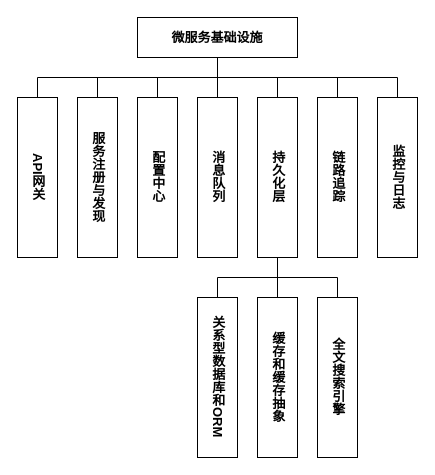
Earlier version of the draw.io diagram page "基础设施" (2 of 8) of 系统总体结构图.drawio (2302680972/lighteny_diagrams). Source tidied: cells renumbered, new cells numbered last; positions are measured from the earlier drawing's top-left corner, leaving out a move shared by most shapes. Both pictures are drawn from the tidied source at 100%, with x=0, y=0 at pixel (17, 17).
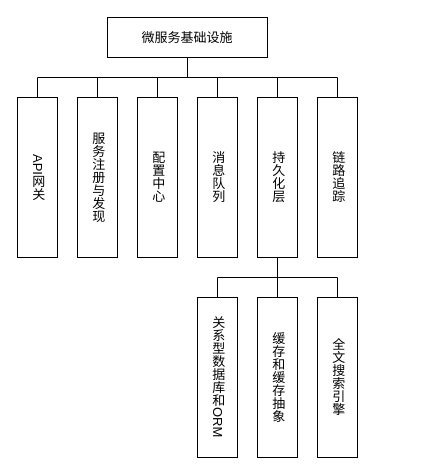
After the change.

Diff of the diagram source:
```diff
@@
-    <mxCell id="2" style="edgeStyle=orthogonalEdgeStyle;rounded=0;jettySize=auto;html=1;fontSize=13;fontFamily=宋体;endArrow=none;endFill=0;fontStyle=1;" parent="1" edge="1" source="9" target="10">
+    <mxCell id="2" style="edgeStyle=orthogonalEdgeStyle;rounded=0;jettySize=auto;html=1;fontSize=13;fontFamily=宋体;endArrow=none;endFill=0;fontStyle=0;" parent="1" edge="1" source="9" target="10">
       <mxGeometry relative="1" as="geometry">
         <Array as="points">
-          <mxPoint x="200" y="60" />
+          <mxPoint x="170" y="60" />
           <mxPoint x="20" y="60" />
         </Array>
       </mxGeometry>
     </mxCell>
-    <mxCell id="3" style="edgeStyle=orthogonalEdgeStyle;rounded=0;jettySize=auto;html=1;fontSize=13;fontFamily=宋体;endArrow=none;endFill=0;fontStyle=1;" parent="1" edge="1" source="9" target="11">
+    <mxCell id="3" style="edgeStyle=orthogonalEdgeStyle;rounded=0;jettySize=auto;html=1;fontSize=13;fontFamily=宋体;endArrow=none;endFill=0;fontStyle=0;" parent="1" edge="1" source="9" target="11">
       <mxGeometry relative="1" as="geometry">
         <Array as="points">
-          <mxPoint x="200" y="60" />
+          <mxPoint x="170" y="60" />
           <mxPoint x="80" y="60" />
         </Array>
       </mxGeometry>
     </mxCell>
-    <mxCell id="4" style="edgeStyle=orthogonalEdgeStyle;rounded=0;jettySize=auto;html=1;fontSize=13;fontFamily=宋体;endArrow=none;endFill=0;fontStyle=1;" parent="1" edge="1" source="9" target="18">
+    <mxCell id="4" style="edgeStyle=orthogonalEdgeStyle;rounded=0;jettySize=auto;html=1;fontSize=13;fontFamily=宋体;endArrow=none;endFill=0;fontStyle=0;" parent="1" edge="1" source="9" target="18">
       <mxGeometry relative="1" as="geometry" />
     </mxCell>
-    <mxCell id="5" style="edgeStyle=orthogonalEdgeStyle;rounded=0;jettySize=auto;html=1;fontSize=13;fontFamily=宋体;endArrow=none;endFill=0;fontStyle=1;" parent="1" edge="1" source="9" target="12">
+    <mxCell id="5" style="edgeStyle=orthogonalEdgeStyle;rounded=0;jettySize=auto;html=1;fontSize=13;fontFamily=宋体;endArrow=none;endFill=0;fontStyle=0;" parent="1" edge="1" source="9" target="12">
       <mxGeometry relative="1" as="geometry" />
     </mxCell>
-    <mxCell id="6" style="edgeStyle=orthogonalEdgeStyle;rounded=0;jettySize=auto;html=1;fontSize=13;fontFamily=宋体;endArrow=none;endFill=0;fontStyle=1;" parent="1" edge="1" source="9" target="16">
+    <mxCell id="6" style="edgeStyle=orthogonalEdgeStyle;rounded=0;jettySize=auto;html=1;fontSize=13;fontFamily=宋体;endArrow=none;endFill=0;fontStyle=0;" parent="1" edge="1" source="9" target="16">
       <mxGeometry relative="1" as="geometry" />
     </mxCell>
-    <mxCell id="7" style="edgeStyle=orthogonalEdgeStyle;rounded=0;jettySize=auto;html=1;fontSize=13;fontFamily=宋体;endArrow=none;endFill=0;fontStyle=1;" parent="1" edge="1" source="9" target="19">
+    <mxCell id="7" style="edgeStyle=orthogonalEdgeStyle;rounded=0;jettySize=auto;html=1;fontSize=13;fontFamily=宋体;endArrow=none;endFill=0;fontStyle=0;" parent="1" edge="1" source="9" target="19">
       <mxGeometry relative="1" as="geometry">
         <Array as="points">
-          <mxPoint x="200" y="60" />
+          <mxPoint x="170" y="60" />
           <mxPoint x="320" y="60" />
         </Array>
       </mxGeometry>
     </mxCell>
-    <mxCell id="8" style="edgeStyle=orthogonalEdgeStyle;rounded=0;jettySize=auto;html=1;fontSize=13;fontFamily=宋体;endArrow=none;endFill=0;fontStyle=1;" parent="1" edge="1" source="9" target="17">
-      <mxGeometry relative="1" as="geometry">
-        <Array as="points">
-          <mxPoint x="200" y="60" />
-          <mxPoint x="380" y="60" />
-        </Array>
-      </mxGeometry>
-    </mxCell>
-    <mxCell id="9" value="微服务基础设施" style="rounded=0;whiteSpace=wrap;html=1;strokeWidth=1;fontSize=13;fontFamily=宋体;fontStyle=1;" parent="1" vertex="1">
-      <mxGeometry x="120" width="160" height="40" as="geometry" />
+    <mxCell id="9" value="微服务基础设施" style="rounded=0;whiteSpace=wrap;html=1;strokeWidth=1;fontSize=13;fontFamily=宋体;fontStyle=0;" parent="1" vertex="1">
+      <mxGeometry x="90" width="160" height="40" as="geometry" />
     </mxCell>
-    <mxCell id="10" value="API网关" style="rounded=0;whiteSpace=wrap;html=1;textDirection=vertical-lr;strokeWidth=1;fontSize=13;fontFamily=宋体;fontStyle=1;" parent="1" vertex="1">
+    <mxCell id="10" value="API网关" style="rounded=0;whiteSpace=wrap;html=1;textDirection=vertical-lr;strokeWidth=1;fontSize=13;fontFamily=宋体;fontStyle=0;" parent="1" vertex="1">
       <mxGeometry y="80" width="40" height="160" as="geometry" />
     </mxCell>
-    <mxCell id="11" value="服务注册与发现" style="rounded=0;whiteSpace=wrap;html=1;textDirection=vertical-lr;strokeWidth=1;fontSize=13;fontFamily=宋体;fontStyle=1;" parent="1" vertex="1">
+    <mxCell id="11" value="服务注册与发现" style="rounded=0;whiteSpace=wrap;html=1;textDirection=vertical-lr;strokeWidth=1;fontSize=13;fontFamily=宋体;fontStyle=0;" parent="1" vertex="1">
       <mxGeometry x="60" y="80" width="40" height="160" as="geometry" />
     </mxCell>
-    <mxCell id="12" value="消息队列" style="rounded=0;whiteSpace=wrap;html=1;textDirection=vertical-lr;strokeWidth=1;fontSize=13;fontFamily=宋体;fontStyle=1;" parent="1" vertex="1">
+    <mxCell id="12" value="消息队列" style="rounded=0;whiteSpace=wrap;html=1;textDirection=vertical-lr;strokeWidth=1;fontSize=13;fontFamily=宋体;fontStyle=0;" parent="1" vertex="1">
       <mxGeometry x="180" y="80" width="40" height="160" as="geometry" />
     </mxCell>
-    <mxCell id="13" style="edgeStyle=orthogonalEdgeStyle;rounded=0;jettySize=auto;html=1;endArrow=none;endFill=0;" parent="1" edge="1" source="16" target="20">
+    <mxCell id="13" style="edgeStyle=orthogonalEdgeStyle;rounded=0;jettySize=auto;html=1;endArrow=none;endFill=0;fontStyle=0;" parent="1" edge="1" source="16" target="20">
       <mxGeometry relative="1" as="geometry">
         <Array as="points">
           <mxPoint x="260" y="260" />
           <mxPoint x="200" y="260" />
         </Array>
       </mxGeometry>
     </mxCell>
-    <mxCell id="14" style="edgeStyle=orthogonalEdgeStyle;rounded=0;jettySize=auto;html=1;endArrow=none;endFill=0;" parent="1" edge="1" source="16" target="21">
+    <mxCell id="14" style="edgeStyle=orthogonalEdgeStyle;rounded=0;jettySize=auto;html=1;endArrow=none;endFill=0;fontStyle=0;" parent="1" edge="1" source="16" target="21">
       <mxGeometry relative="1" as="geometry" />
     </mxCell>
-    <mxCell id="15" style="edgeStyle=orthogonalEdgeStyle;rounded=0;jettySize=auto;html=1;endArrow=none;endFill=0;" parent="1" edge="1" source="16" target="22">
+    <mxCell id="15" style="edgeStyle=orthogonalEdgeStyle;rounded=0;jettySize=auto;html=1;endArrow=none;endFill=0;fontStyle=0;" parent="1" edge="1" source="16" target="22">
       <mxGeometry relative="1" as="geometry">
         <Array as="points">
           <mxPoint x="260" y="260" />
           <mxPoint x="320" y="260" />
         </Array>
       </mxGeometry>
     </mxCell>
-    <mxCell id="16" value="持久化层" style="rounded=0;whiteSpace=wrap;html=1;textDirection=vertical-lr;strokeWidth=1;fontSize=13;fontFamily=宋体;fontStyle=1;" parent="1" vertex="1">
+    <mxCell id="16" value="持久化层" style="rounded=0;whiteSpace=wrap;html=1;textDirection=vertical-lr;strokeWidth=1;fontSize=13;fontFamily=宋体;fontStyle=0;" parent="1" vertex="1">
       <mxGeometry x="240" y="80" width="40" height="160" as="geometry" />
     </mxCell>
-    <mxCell id="17" value="监控与日志" style="rounded=0;whiteSpace=wrap;html=1;textDirection=vertical-lr;strokeWidth=1;fontSize=13;fontFamily=宋体;fontStyle=1;" parent="1" vertex="1">
-      <mxGeometry x="360" y="80" width="40" height="160" as="geometry" />
-    </mxCell>
-    <mxCell id="18" value="配置中心" style="rounded=0;whiteSpace=wrap;html=1;textDirection=vertical-lr;strokeWidth=1;fontSize=13;fontFamily=宋体;fontStyle=1;" parent="1" vertex="1">
+    <mxCell id="18" value="配置中心" style="rounded=0;whiteSpace=wrap;html=1;textDirection=vertical-lr;strokeWidth=1;fontSize=13;fontFamily=宋体;fontStyle=0;" parent="1" vertex="1">
       <mxGeometry x="120" y="80" width="40" height="160" as="geometry" />
     </mxCell>
-    <mxCell id="19" value="链路追踪" style="rounded=0;whiteSpace=wrap;html=1;textDirection=vertical-lr;strokeWidth=1;fontSize=13;fontFamily=宋体;fontStyle=1;" parent="1" vertex="1">
+    <mxCell id="19" value="链路追踪" style="rounded=0;whiteSpace=wrap;html=1;textDirection=vertical-lr;strokeWidth=1;fontSize=13;fontFamily=宋体;fontStyle=0;" parent="1" vertex="1">
       <mxGeometry x="300" y="80" width="40" height="160" as="geometry" />
     </mxCell>
-    <mxCell id="20" value="关系型数据库和ORM" style="rounded=0;whiteSpace=wrap;html=1;textDirection=vertical-lr;strokeWidth=1;fontSize=13;fontFamily=宋体;fontStyle=1;" parent="1" vertex="1">
+    <mxCell id="20" value="关系型数据库和ORM" style="rounded=0;whiteSpace=wrap;html=1;textDirection=vertical-lr;strokeWidth=1;fontSize=13;fontFamily=宋体;fontStyle=0;" parent="1" vertex="1">
       <mxGeometry x="180" y="280" width="40" height="160" as="geometry" />
     </mxCell>
-    <mxCell id="21" value="缓存和缓存抽象" style="rounded=0;whiteSpace=wrap;html=1;textDirection=vertical-lr;strokeWidth=1;fontSize=13;fontFamily=宋体;fontStyle=1;" parent="1" vertex="1">
+    <mxCell id="21" value="缓存和缓存抽象" style="rounded=0;whiteSpace=wrap;html=1;textDirection=vertical-lr;strokeWidth=1;fontSize=13;fontFamily=宋体;fontStyle=0;" parent="1" vertex="1">
       <mxGeometry x="240" y="280" width="40" height="160" as="geometry" />
     </mxCell>
-    <mxCell id="22" value="全文搜索引擎" style="rounded=0;whiteSpace=wrap;html=1;textDirection=vertical-lr;strokeWidth=1;fontSize=13;fontFamily=宋体;fontStyle=1;" parent="1" vertex="1">
+    <mxCell id="22" value="全文搜索引擎" style="rounded=0;whiteSpace=wrap;html=1;textDirection=vertical-lr;strokeWidth=1;fontSize=13;fontFamily=宋体;fontStyle=0;" parent="1" vertex="1">
       <mxGeometry x="300" y="280" width="40" height="160" as="geometry" />
     </mxCell>
```
